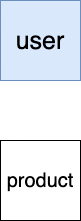
Above: microservice.drawio.png in shubham-yadavv/server (draw.io), before the change. Source tidied: cells renumbered, new cells last; positions are measured from the earlier drawing's top-left corner, leaving out a move shared by most shapes. Its diagram source:
```xml
<mxGraphModel>
  <root>
    <mxCell id="0" />
    <mxCell id="1" parent="0" />
    <mxCell id="2" value="&lt;font style=&quot;font-size: 20px;&quot;&gt;product&lt;/font&gt;" style="whiteSpace=wrap;html=1;" parent="1" vertex="1">
      <mxGeometry y="140" width="80" height="80" as="geometry" />
    </mxCell>
    <mxCell id="3" value="&lt;font style=&quot;font-size: 25px;&quot;&gt;user&lt;/font&gt;" style="whiteSpace=wrap;html=1;fillColor=#dae8fc;strokeColor=#6c8ebf;" parent="1" vertex="1">
      <mxGeometry width="80" height="80" as="geometry" />
    </mxCell>
  </root>
</mxGraphModel>
```
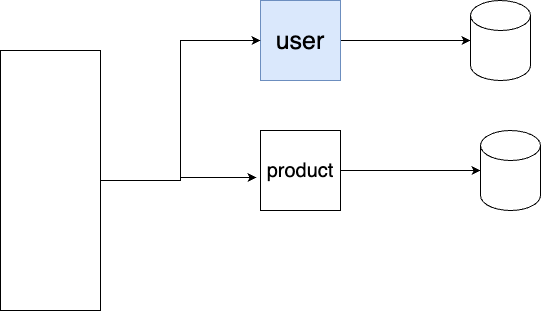
Above is the later version.

Diff of the diagram source:
```diff
@@ -2,11 +2,32 @@
   <root>
     <mxCell id="0" />
     <mxCell id="1" parent="0" />
+    <mxCell id="4" style="edgeStyle=orthogonalEdgeStyle;rounded=0;jettySize=auto;html=1;entryX=0;entryY=0.5;entryDx=0;entryDy=0;entryPerimeter=0;fontSize=20;" parent="1" edge="1" source="2" target="7">
+      <mxGeometry relative="1" as="geometry" />
+    </mxCell>
     <mxCell id="2" value="&lt;font style=&quot;font-size: 20px;&quot;&gt;product&lt;/font&gt;" style="whiteSpace=wrap;html=1;" parent="1" vertex="1">
-      <mxGeometry y="140" width="80" height="80" as="geometry" />
+      <mxGeometry x="50" y="70" width="80" height="80" as="geometry" />
     </mxCell>
+    <mxCell id="5" style="edgeStyle=orthogonalEdgeStyle;rounded=0;jettySize=auto;html=1;entryX=0;entryY=0.5;entryDx=0;entryDy=0;entryPerimeter=0;fontSize=20;" parent="1" edge="1" source="3" target="6">
+      <mxGeometry relative="1" as="geometry" />
+    </mxCell>
     <mxCell id="3" value="&lt;font style=&quot;font-size: 25px;&quot;&gt;user&lt;/font&gt;" style="whiteSpace=wrap;html=1;fillColor=#dae8fc;strokeColor=#6c8ebf;" parent="1" vertex="1">
-      <mxGeometry width="80" height="80" as="geometry" />
+      <mxGeometry x="50" y="-60" width="80" height="80" as="geometry" />
     </mxCell>
+    <mxCell id="6" style="shape=cylinder3;whiteSpace=wrap;html=1;boundedLbl=1;backgroundOutline=1;size=15;fontSize=20;" parent="1" vertex="1">
+      <mxGeometry x="260" y="-60" width="60" height="80" as="geometry" />
+    </mxCell>
+    <mxCell id="7" style="shape=cylinder3;whiteSpace=wrap;html=1;boundedLbl=1;backgroundOutline=1;size=15;fontSize=20;" parent="1" vertex="1">
+      <mxGeometry x="270" y="70" width="60" height="80" as="geometry" />
+    </mxCell>
+    <mxCell id="8" style="edgeStyle=orthogonalEdgeStyle;rounded=0;jettySize=auto;html=1;entryX=0;entryY=0.5;entryDx=0;entryDy=0;fontSize=20;" parent="1" edge="1" source="10" target="3">
+      <mxGeometry relative="1" as="geometry" />
+    </mxCell>
+    <mxCell id="9" style="edgeStyle=orthogonalEdgeStyle;rounded=0;jettySize=auto;html=1;entryX=-0.05;entryY=0.588;entryDx=0;entryDy=0;entryPerimeter=0;fontSize=20;" parent="1" edge="1" source="10" target="2">
+      <mxGeometry relative="1" as="geometry" />
+    </mxCell>
+    <mxCell id="10" style="rounded=0;whiteSpace=wrap;html=1;fontSize=20;" parent="1" vertex="1">
+      <mxGeometry x="-210" y="-10" width="100" height="260" as="geometry" />
+    </mxCell>
   </root>
 </mxGraphModel>
```
